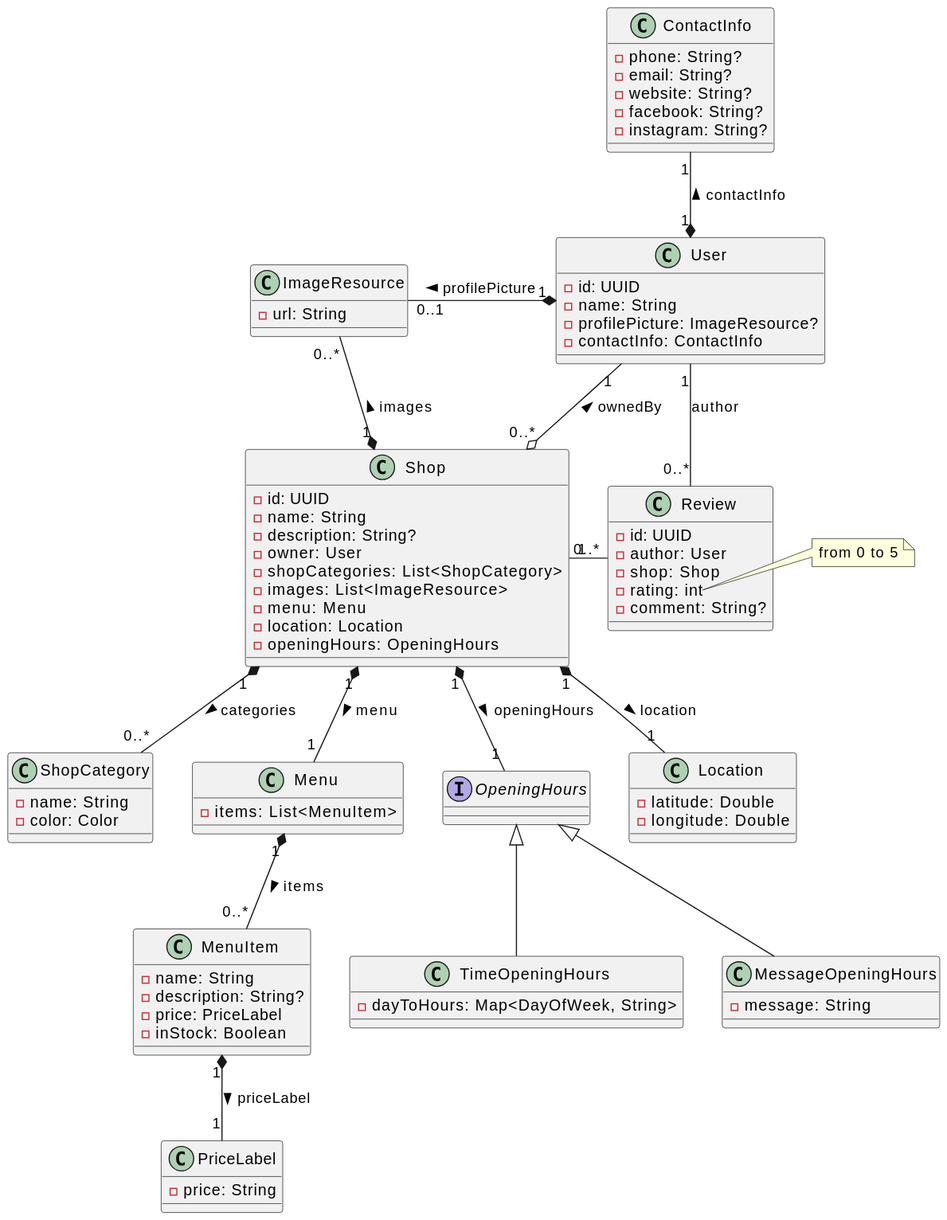
Before: docs/diagram-img/class_diagram.svg, a diagram exported from PlantUML (tondracek/my-farmer).
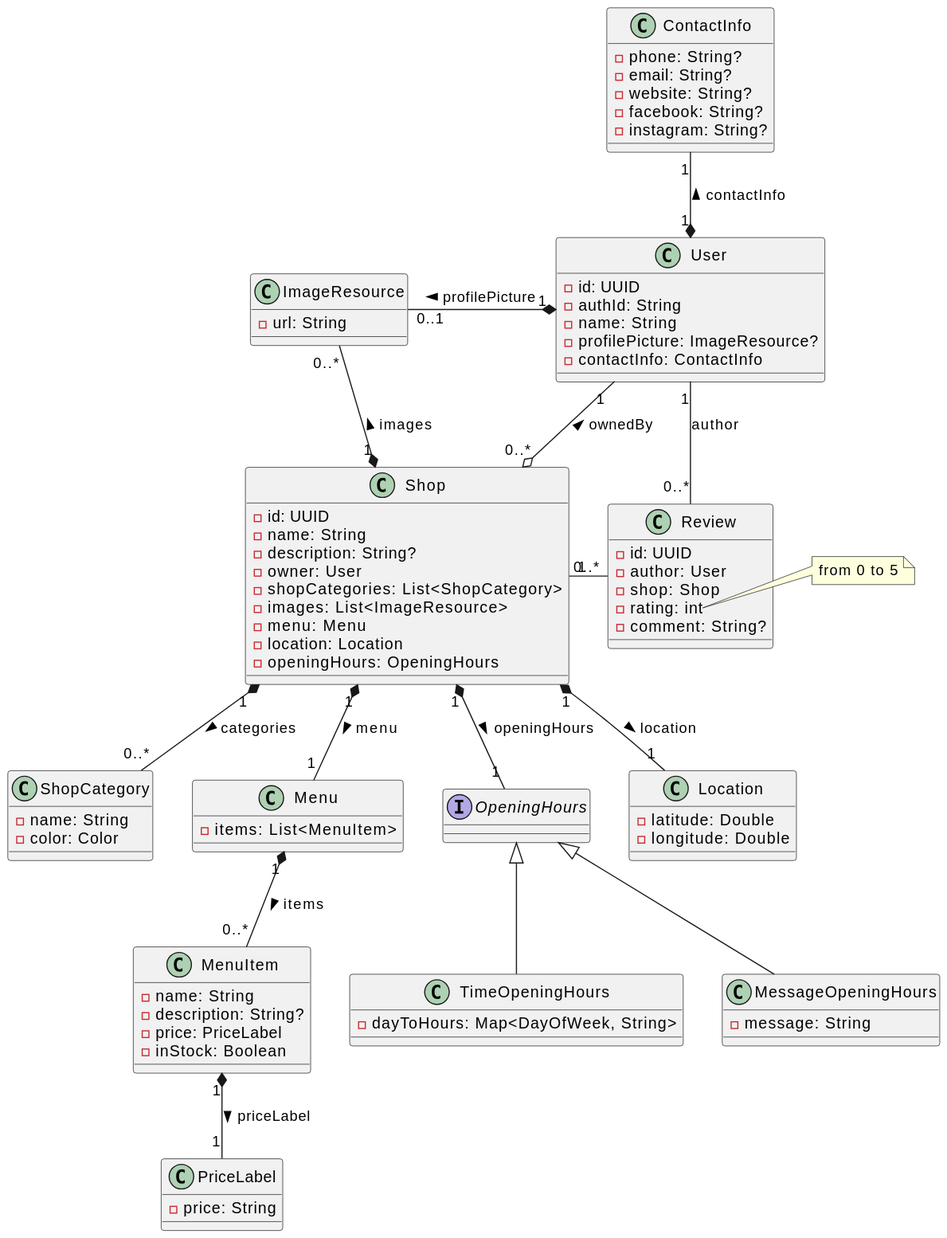
The same diagram one commit later.

Commit message:
🖼️ Auto-update UML diagrams

What changed in the source:
```diff
@@ -8,6 +8,7 @@
 
 class User {
     - id: UUID
+    - authId: String
     - name: String
     - profilePicture: ImageResource?
     - contactInfo: ContactInfo
```
